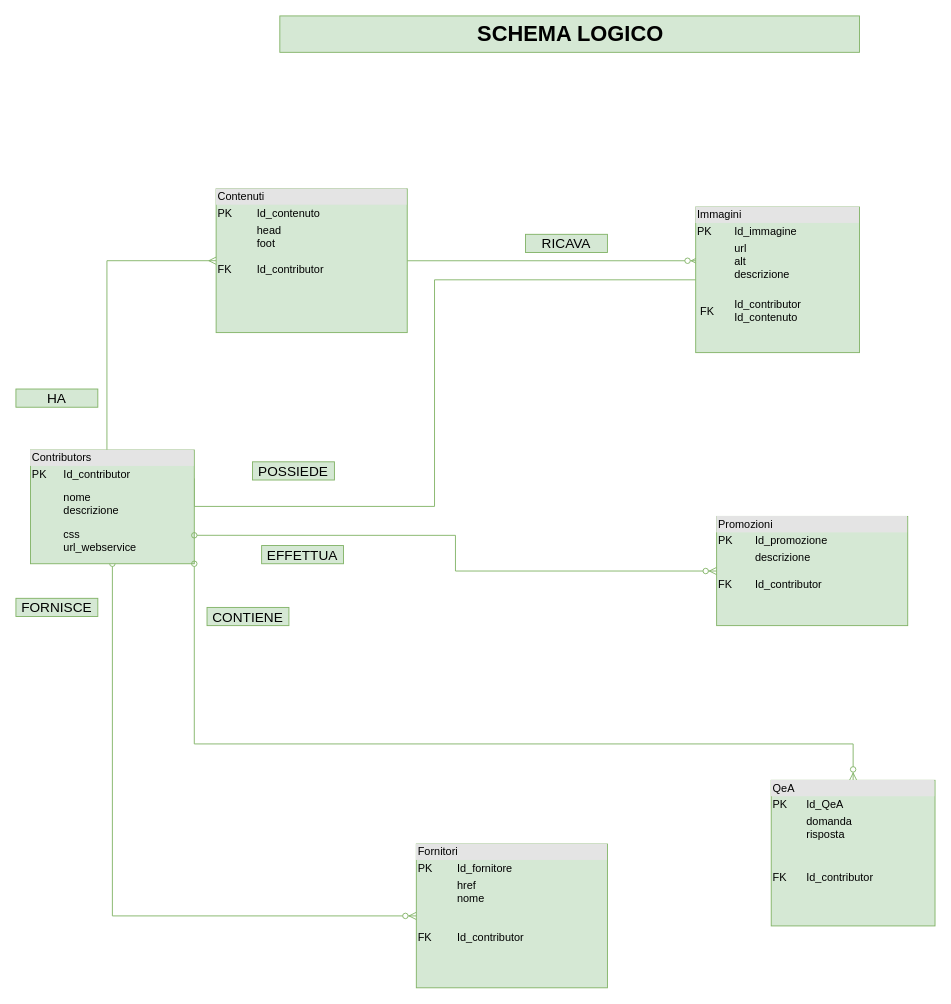
Above: SCHEMA LOGICO NAMASTE.drawio in giadaventurini-pixel/giadaventurini-5binf (draw.io), before the change. Source tidied: cells renumbered, new cells numbered last; positions are measured from the earlier drawing's top-left corner, leaving out a move shared by most shapes. Both pictures are drawn from the tidied source at 91%, with x=0, y=0 at pixel (15, 15).
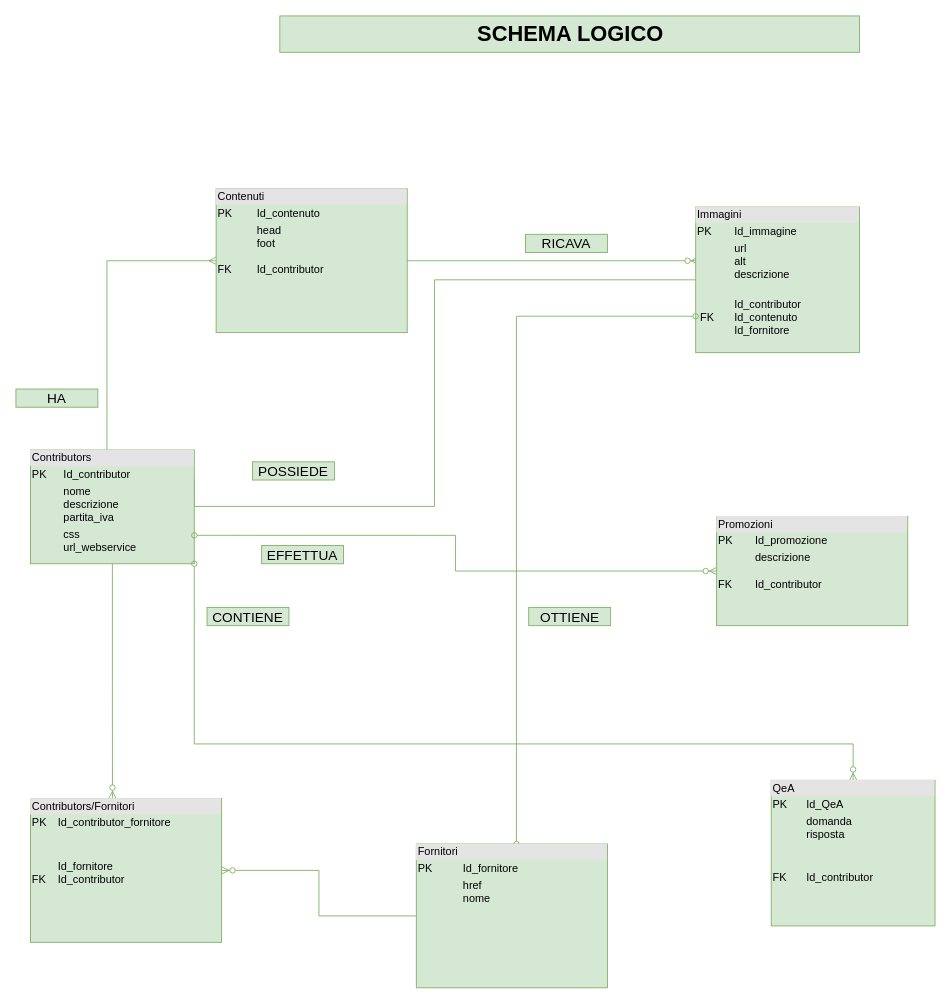
After the change.

Diff of the diagram source:
```diff
@@
-    <mxCell id="4" style="edgeStyle=orthogonalEdgeStyle;rounded=0;jettySize=auto;html=1;entryX=0;entryY=0.5;entryDx=0;entryDy=0;endArrow=ERzeroToMany;endFill=1;fillColor=#d5e8d4;strokeColor=#82b366;startArrow=oval;startFill=0;" parent="1" edge="1" source="7" target="15">
-      <mxGeometry relative="1" as="geometry">
-        <Array as="points">
-          <mxPoint x="106" y="989" />
-        </Array>
-      </mxGeometry>
-    </mxCell>
@@
+    <mxCell id="21" style="edgeStyle=orthogonalEdgeStyle;rounded=0;jettySize=auto;html=1;entryX=0.429;entryY=0;entryDx=0;entryDy=0;entryPerimeter=0;fillColor=#d5e8d4;strokeColor=#82b366;endArrow=ERzeroToMany;endFill=1;" parent="1" edge="1" source="7" target="24">
+      <mxGeometry relative="1" as="geometry" />
+    </mxCell>
-    <mxCell id="7" value="&lt;div style=&quot;box-sizing: border-box ; width: 100% ; background: #e4e4e4 ; padding: 2px&quot;&gt;Contributors&lt;/div&gt;&lt;table style=&quot;width: 100% ; font-size: 1em&quot; cellpadding=&quot;2&quot; cellspacing=&quot;0&quot;&gt;&lt;tbody&gt;&lt;tr&gt;&lt;td&gt;PK&lt;/td&gt;&lt;td&gt;Id_contributor&lt;br&gt;&lt;/td&gt;&lt;/tr&gt;&lt;tr&gt;&lt;td&gt;&lt;br&gt;&lt;br&gt;&lt;br&gt;&lt;/td&gt;&lt;td&gt;nome&lt;br&gt;descrizione&lt;/td&gt;&lt;/tr&gt;&lt;tr&gt;&lt;td&gt;&amp;nbsp;&lt;/td&gt;&lt;td&gt;css&lt;br&gt;url_webservice&lt;br&gt;&lt;br&gt;&lt;br&gt;&lt;br&gt;&lt;br&gt;&lt;br&gt;&lt;/td&gt;&lt;/tr&gt;&lt;/tbody&gt;&lt;/table&gt;" style="verticalAlign=top;align=left;overflow=fill;html=1;fillColor=#d5e8d4;strokeColor=#82b366;" parent="1" vertex="1">
+    <mxCell id="7" value="&lt;div style=&quot;box-sizing: border-box ; width: 100% ; background: #e4e4e4 ; padding: 2px&quot;&gt;Contributors&lt;/div&gt;&lt;table style=&quot;width: 100% ; font-size: 1em&quot; cellpadding=&quot;2&quot; cellspacing=&quot;0&quot;&gt;&lt;tbody&gt;&lt;tr&gt;&lt;td&gt;PK&lt;/td&gt;&lt;td&gt;Id_contributor&lt;br&gt;&lt;/td&gt;&lt;/tr&gt;&lt;tr&gt;&lt;td&gt;&lt;br&gt;&lt;br&gt;&lt;br&gt;&lt;/td&gt;&lt;td&gt;nome&lt;br&gt;descrizione&lt;br&gt;partita_iva&lt;/td&gt;&lt;/tr&gt;&lt;tr&gt;&lt;td&gt;&amp;nbsp;&lt;/td&gt;&lt;td&gt;css&lt;br&gt;url_webservice&lt;br&gt;&lt;br&gt;&lt;br&gt;&lt;br&gt;&lt;br&gt;&lt;br&gt;&lt;/td&gt;&lt;/tr&gt;&lt;/tbody&gt;&lt;/table&gt;" style="verticalAlign=top;align=left;overflow=fill;html=1;fillColor=#d5e8d4;strokeColor=#82b366;" parent="1" vertex="1">
       <mxGeometry x="16" y="477" width="180" height="125" as="geometry" />
     </mxCell>
@@
-    <mxCell id="10" value="&lt;div style=&quot;box-sizing: border-box ; width: 100% ; background: #e4e4e4 ; padding: 2px&quot;&gt;Immagini&lt;/div&gt;&lt;table style=&quot;width: 100% ; font-size: 1em&quot; cellpadding=&quot;2&quot; cellspacing=&quot;0&quot;&gt;&lt;tbody&gt;&lt;tr&gt;&lt;td&gt;PK&lt;/td&gt;&lt;td&gt;Id_immagine&lt;br&gt;&lt;/td&gt;&lt;/tr&gt;&lt;tr&gt;&lt;td&gt;&lt;br&gt;&lt;br&gt;&lt;/td&gt;&lt;td&gt;url&lt;br&gt;alt&lt;br&gt;descrizione&lt;br&gt;&lt;br&gt;&lt;/td&gt;&lt;/tr&gt;&lt;tr&gt;&lt;td&gt;&amp;nbsp;FK&lt;/td&gt;&lt;td&gt;Id_contributor&lt;br&gt;Id_contenuto&lt;/td&gt;&lt;/tr&gt;&lt;/tbody&gt;&lt;/table&gt;" style="verticalAlign=top;align=left;overflow=fill;html=1;fillColor=#d5e8d4;strokeColor=#82b366;" parent="1" vertex="1">
+    <mxCell id="10" value="&lt;div style=&quot;box-sizing: border-box ; width: 100% ; background: #e4e4e4 ; padding: 2px&quot;&gt;Immagini&lt;/div&gt;&lt;table style=&quot;width: 100% ; font-size: 1em&quot; cellpadding=&quot;2&quot; cellspacing=&quot;0&quot;&gt;&lt;tbody&gt;&lt;tr&gt;&lt;td&gt;PK&lt;/td&gt;&lt;td&gt;Id_immagine&lt;br&gt;&lt;/td&gt;&lt;/tr&gt;&lt;tr&gt;&lt;td&gt;&lt;br&gt;&lt;br&gt;&lt;/td&gt;&lt;td&gt;url&lt;br&gt;alt&lt;br&gt;descrizione&lt;br&gt;&lt;br&gt;&lt;/td&gt;&lt;/tr&gt;&lt;tr&gt;&lt;td&gt;&amp;nbsp;FK&lt;/td&gt;&lt;td&gt;Id_contributor&lt;br&gt;Id_contenuto&lt;br&gt;Id_fornitore&lt;/td&gt;&lt;/tr&gt;&lt;/tbody&gt;&lt;/table&gt;" style="verticalAlign=top;align=left;overflow=fill;html=1;fillColor=#d5e8d4;strokeColor=#82b366;" parent="1" vertex="1">
       <mxGeometry x="747" y="210" width="180" height="160" as="geometry" />
     </mxCell>
@@
-    <mxCell id="12" value="&lt;span style=&quot;font-size: 15px&quot;&gt;FORNISCE&lt;/span&gt;" style="text;html=1;align=center;verticalAlign=middle;whiteSpace=wrap;rounded=0;fillColor=#d5e8d4;strokeColor=#82b366;" parent="1" vertex="1">
-      <mxGeometry y="640" width="90" height="20" as="geometry" />
-    </mxCell>
@@
+    <mxCell id="22" style="edgeStyle=orthogonalEdgeStyle;rounded=0;jettySize=auto;html=1;entryX=1;entryY=0.5;entryDx=0;entryDy=0;endArrow=ERzeroToMany;endFill=1;fillColor=#d5e8d4;strokeColor=#82b366;" parent="1" edge="1" source="15" target="24">
+      <mxGeometry relative="1" as="geometry" />
+    </mxCell>
+    <mxCell id="23" style="edgeStyle=orthogonalEdgeStyle;rounded=0;jettySize=auto;html=1;endArrow=oval;endFill=0;fillColor=#d5e8d4;strokeColor=#82b366;startArrow=oval;startFill=0;" parent="1" edge="1" source="15" target="10">
+      <mxGeometry relative="1" as="geometry">
+        <Array as="points">
+          <mxPoint x="550" y="330" />
+        </Array>
+      </mxGeometry>
+    </mxCell>
-    <mxCell id="15" value="&lt;div style=&quot;box-sizing: border-box ; width: 100% ; background: #e4e4e4 ; padding: 2px&quot;&gt;Fornitori&lt;/div&gt;&lt;table style=&quot;width: 100% ; font-size: 1em&quot; cellpadding=&quot;2&quot; cellspacing=&quot;0&quot;&gt;&lt;tbody&gt;&lt;tr&gt;&lt;td&gt;PK&lt;/td&gt;&lt;td&gt;Id_fornitore&lt;br&gt;&lt;/td&gt;&lt;/tr&gt;&lt;tr&gt;&lt;td&gt;&lt;br&gt;&lt;br&gt;&lt;br&gt;&lt;br&gt;FK&lt;br&gt;&lt;br&gt;&lt;br&gt;&lt;br&gt;&lt;br&gt;&lt;br&gt;&lt;br&gt;&lt;br&gt;&lt;/td&gt;&lt;td&gt;href&lt;br&gt;nome&lt;br&gt;&lt;br&gt;&lt;br&gt;Id_contributor&lt;br&gt;&lt;br&gt;&lt;br&gt;&lt;br&gt;&lt;br&gt;&lt;br&gt;&lt;br&gt;&lt;br&gt;&lt;/td&gt;&lt;/tr&gt;&lt;tr&gt;&lt;td&gt;&amp;nbsp;&lt;/td&gt;&lt;td&gt;&lt;br&gt;&lt;/td&gt;&lt;/tr&gt;&lt;/tbody&gt;&lt;/table&gt;" style="verticalAlign=top;align=left;overflow=fill;html=1;fillColor=#d5e8d4;strokeColor=#82b366;" parent="1" vertex="1">
+    <mxCell id="15" value="&lt;div style=&quot;box-sizing: border-box ; width: 100% ; background: #e4e4e4 ; padding: 2px&quot;&gt;Fornitori&lt;/div&gt;&lt;table style=&quot;width: 100% ; font-size: 1em&quot; cellpadding=&quot;2&quot; cellspacing=&quot;0&quot;&gt;&lt;tbody&gt;&lt;tr&gt;&lt;td&gt;PK&lt;/td&gt;&lt;td&gt;Id_fornitore&lt;br&gt;&lt;/td&gt;&lt;/tr&gt;&lt;tr&gt;&lt;td&gt;&lt;br&gt;&lt;br&gt;&lt;br&gt;&lt;br&gt;&lt;br&gt;&lt;br&gt;&lt;br&gt;&lt;br&gt;&lt;br&gt;&lt;br&gt;&lt;br&gt;&lt;br&gt;&lt;/td&gt;&lt;td&gt;href&lt;br&gt;nome&lt;br&gt;&lt;br&gt;&lt;br&gt;&lt;br&gt;&lt;br&gt;&lt;br&gt;&lt;br&gt;&lt;br&gt;&lt;br&gt;&lt;br&gt;&lt;br&gt;&lt;/td&gt;&lt;/tr&gt;&lt;tr&gt;&lt;td&gt;&amp;nbsp;&lt;/td&gt;&lt;td&gt;&lt;br&gt;&lt;/td&gt;&lt;/tr&gt;&lt;/tbody&gt;&lt;/table&gt;" style="verticalAlign=top;align=left;overflow=fill;html=1;fillColor=#d5e8d4;strokeColor=#82b366;" parent="1" vertex="1">
       <mxGeometry x="440" y="910" width="210" height="158" as="geometry" />
     </mxCell>
@@
+    <mxCell id="24" value="&lt;div style=&quot;box-sizing: border-box ; width: 100% ; background: #e4e4e4 ; padding: 2px&quot;&gt;Contributors/Fornitori&amp;nbsp;&lt;/div&gt;&lt;table style=&quot;width: 100% ; font-size: 1em&quot; cellpadding=&quot;2&quot; cellspacing=&quot;0&quot;&gt;&lt;tbody&gt;&lt;tr&gt;&lt;td&gt;PK&lt;/td&gt;&lt;td&gt;Id_contributor_fornitore&lt;br&gt;&lt;/td&gt;&lt;/tr&gt;&lt;tr&gt;&lt;td&gt;&lt;br&gt;&lt;br&gt;&lt;br&gt;FK&lt;br&gt;&lt;br&gt;&lt;br&gt;&lt;br&gt;&lt;br&gt;&lt;br&gt;&lt;br&gt;&lt;br&gt;&lt;br&gt;&lt;/td&gt;&lt;td&gt;&lt;br&gt;&lt;br&gt;Id_fornitore&lt;br&gt;Id_contributor&lt;br&gt;&lt;br&gt;&lt;br&gt;&lt;br&gt;&lt;br&gt;&lt;br&gt;&lt;br&gt;&lt;br&gt;&lt;br&gt;&lt;/td&gt;&lt;/tr&gt;&lt;tr&gt;&lt;td&gt;&amp;nbsp;&lt;/td&gt;&lt;td&gt;&lt;br&gt;&lt;/td&gt;&lt;/tr&gt;&lt;/tbody&gt;&lt;/table&gt;" style="verticalAlign=top;align=left;overflow=fill;html=1;fillColor=#d5e8d4;strokeColor=#82b366;" parent="1" vertex="1">
+      <mxGeometry x="16" y="860" width="210" height="158" as="geometry" />
+    </mxCell>
+    <mxCell id="25" value="&lt;span style=&quot;font-size: 15px&quot;&gt;OTTIENE&lt;/span&gt;" style="text;html=1;align=center;verticalAlign=middle;whiteSpace=wrap;rounded=0;fillColor=#d5e8d4;strokeColor=#82b366;" parent="1" vertex="1">
+      <mxGeometry x="563.5" y="650" width="90" height="20" as="geometry" />
+    </mxCell>
```
